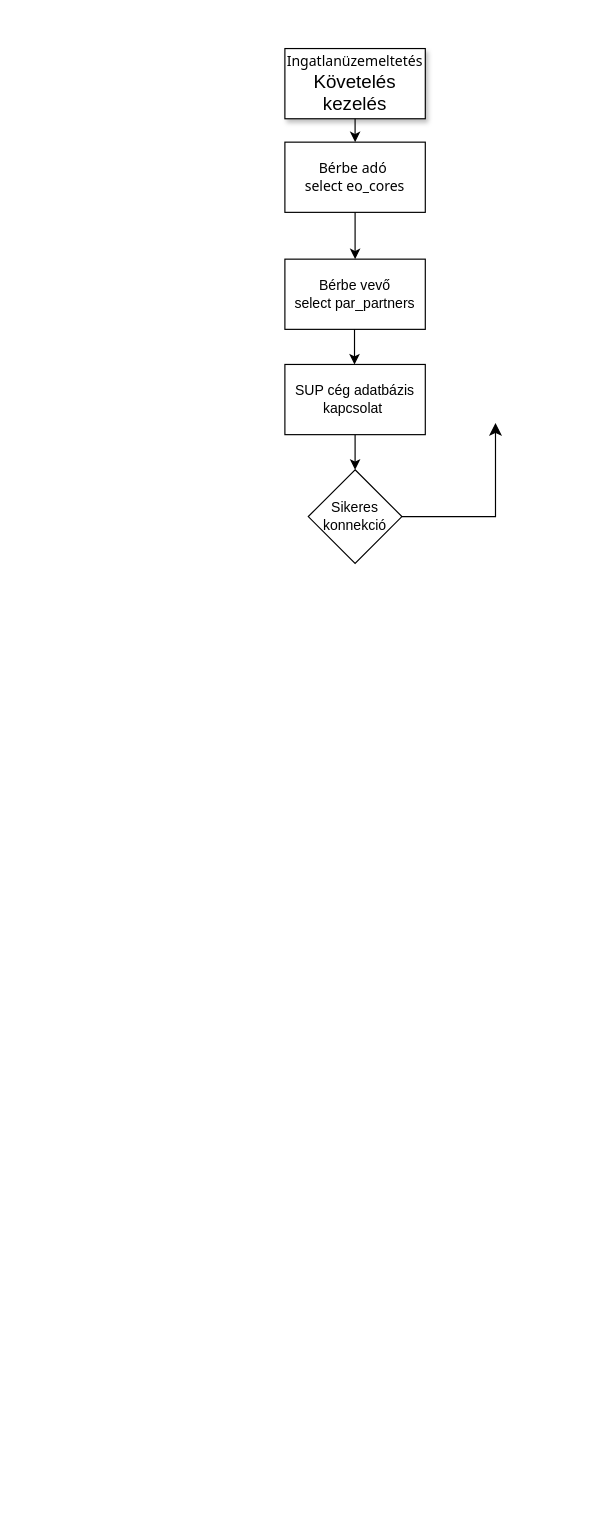
Above: assets.drawio in Cgyulas0525/indotek_erp (draw.io), before the change. Source tidied: cells renumbered, new cells numbered last; positions are measured from the earlier drawing's top-left corner, leaving out a move shared by most shapes. Both pictures are drawn from the tidied source at 117%, with x=0, y=0 at pixel (284, 48).
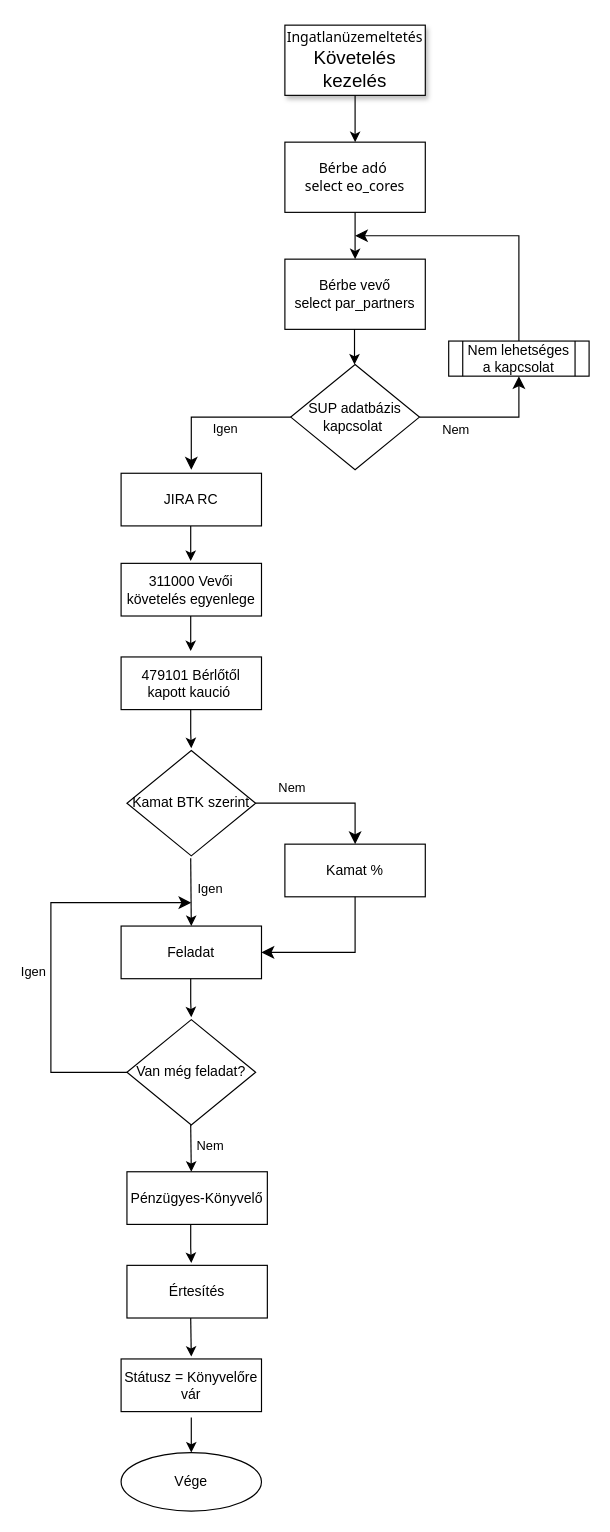
Above is the later version.

Change to the diagram source:
```diff
@@
     <mxCell id="2" value="&lt;font face=&quot;Tahoma&quot; style=&quot;font-size: 12px;&quot;&gt;Ingatlanüzemeltetés&lt;/font&gt;&lt;div&gt;&lt;font face=&quot;BtbKhpzwE4qU60kqDjoo&quot; size=&quot;3&quot;&gt;Követelés kezelés&lt;/font&gt;&lt;/div&gt;" style="rounded=0;whiteSpace=wrap;html=1;shadow=1;labelBackgroundColor=none;strokeWidth=1;fontFamily=Verdana;fontSize=8;align=center;" parent="1" vertex="1">
-      <mxGeometry width="120" height="60" as="geometry" />
+      <mxGeometry y="-20" width="120" height="60" as="geometry" />
     </mxCell>
-    <mxCell id="3" style="endArrow=classic;html=1;rounded=0;exitX=0.5;exitY=1;exitDx=0;exitDy=0;" parent="1" edge="1" source="2">
+    <mxCell id="3" style="endArrow=classic;html=1;rounded=0;exitX=0.5;exitY=1;exitDx=0;exitDy=0;labelBackgroundColor=none;fontColor=default;" parent="1" edge="1" source="2">
       <mxGeometry relative="1" as="geometry">
         <mxPoint x="60" y="80" as="targetPoint" />
       </mxGeometry>
     </mxCell>
-    <mxCell id="4" value="&lt;font face=&quot;Tahoma&quot;&gt;Bérbe adó&amp;nbsp;&lt;/font&gt;&lt;div&gt;&lt;font face=&quot;Tahoma&quot;&gt;select eo_cores&lt;/font&gt;&lt;/div&gt;" style="rounded=0;whiteSpace=wrap;html=1;" parent="1" vertex="1">
+    <mxCell id="4" value="&lt;font face=&quot;Tahoma&quot;&gt;Bérbe adó&amp;nbsp;&lt;/font&gt;&lt;div&gt;&lt;font face=&quot;Tahoma&quot;&gt;select eo_cores&lt;/font&gt;&lt;/div&gt;" style="rounded=0;whiteSpace=wrap;html=1;labelBackgroundColor=none;" parent="1" vertex="1">
       <mxGeometry y="80" width="120" height="60" as="geometry" />
     </mxCell>
-    <mxCell id="5" value="Bérbe vevő&lt;div&gt;select par_partners&lt;/div&gt;" style="rounded=0;whiteSpace=wrap;html=1;" parent="1" vertex="1">
+    <mxCell id="5" value="Bérbe vevő&lt;div&gt;select par_partners&lt;/div&gt;" style="rounded=0;whiteSpace=wrap;html=1;labelBackgroundColor=none;" parent="1" vertex="1">
       <mxGeometry y="180" width="120" height="60" as="geometry" />
     </mxCell>
-    <mxCell id="6" style="endArrow=classic;html=1;rounded=0;exitX=0.5;exitY=1;exitDx=0;exitDy=0;entryX=0.5;entryY=0;entryDx=0;entryDy=0;" parent="1" edge="1" source="4" target="5">
+    <mxCell id="6" style="endArrow=classic;html=1;rounded=0;exitX=0.5;exitY=1;exitDx=0;exitDy=0;entryX=0.5;entryY=0;entryDx=0;entryDy=0;labelBackgroundColor=none;fontColor=default;" parent="1" edge="1" source="4" target="5">
       <mxGeometry relative="1" as="geometry" />
     </mxCell>
-    <mxCell id="7" style="edgeStyle=orthogonalEdgeStyle;rounded=0;jettySize=auto;html=1;" parent="1" edge="1" source="8" target="10">
-      <mxGeometry relative="1" as="geometry" />
-    </mxCell>
-    <mxCell id="8" value="SUP cég adatbázis&lt;div&gt;kapcsolat&amp;nbsp;&lt;/div&gt;" style="rounded=0;whiteSpace=wrap;html=1;" parent="1" vertex="1">
-      <mxGeometry y="270" width="120" height="60" as="geometry" />
-    </mxCell>
-    <mxCell id="9" style="endArrow=classic;html=1;rounded=0;exitX=0.5;exitY=1;exitDx=0;exitDy=0;entryX=0.5;entryY=0;entryDx=0;entryDy=0;" parent="1" edge="1">
+    <mxCell id="9" style="endArrow=classic;html=1;rounded=0;exitX=0.5;exitY=1;exitDx=0;exitDy=0;entryX=0.5;entryY=0;entryDx=0;entryDy=0;labelBackgroundColor=none;fontColor=default;" parent="1" edge="1">
       <mxGeometry relative="1" as="geometry">
         <mxPoint x="59.5" y="240" as="sourcePoint" />
         <mxPoint x="59.5" y="270" as="targetPoint" />
         <Array as="points">
           <mxPoint x="59.5" y="260" />
         </Array>
       </mxGeometry>
     </mxCell>
-    <mxCell id="10" value="Sikeres konnekció" style="rhombus;whiteSpace=wrap;html=1;rounded=0;" parent="1" vertex="1">
-      <mxGeometry x="20" y="360" width="80" height="80" as="geometry" />
+    <mxCell id="10" value="SUP adatbázis&lt;div&gt;kapcsolat&amp;nbsp;&lt;/div&gt;" style="rhombus;whiteSpace=wrap;html=1;rounded=0;labelBackgroundColor=none;" parent="1" vertex="1">
+      <mxGeometry x="5" y="270" width="110" height="90" as="geometry" />
     </mxCell>
-    <mxCell id="11" style="edgeStyle=elbowEdgeStyle;elbow=horizontal;endArrow=classic;html=1;curved=0;rounded=0;endSize=8;startSize=8;" parent="1" edge="1">
+    <mxCell id="11" style="edgeStyle=elbowEdgeStyle;elbow=horizontal;endArrow=classic;html=1;curved=0;rounded=0;endSize=8;startSize=8;exitX=1;exitY=0.5;exitDx=0;exitDy=0;entryX=0.5;entryY=1;entryDx=0;entryDy=0;labelBackgroundColor=none;fontColor=default;" parent="1" edge="1" source="10" target="13">
       <mxGeometry relative="1" as="geometry">
-        <mxPoint x="100" y="400" as="sourcePoint" />
-        <mxPoint x="180" y="320" as="targetPoint" />
         <Array as="points">
-          <mxPoint x="180" y="360" />
+          <mxPoint x="200" y="360" />
         </Array>
       </mxGeometry>
     </mxCell>
+    <mxCell id="12" value="Nem" style="edgeLabel;html=1;align=center;verticalAlign=middle;labelBackgroundColor=none;" parent="11" vertex="1">
+      <mxGeometry x="-0.5" y="1" relative="1" as="geometry">
+        <mxPoint y="11" as="offset" />
+      </mxGeometry>
+    </mxCell>
+    <mxCell id="13" value="Nem lehetséges a kapcsolat" style="shape=process;whiteSpace=wrap;html=1;backgroundOutline=1;labelBackgroundColor=none;" parent="1" vertex="1">
+      <mxGeometry x="140" y="250" width="120" height="30" as="geometry" />
+    </mxCell>
+    <mxCell id="14" style="edgeStyle=elbowEdgeStyle;elbow=horizontal;endArrow=classic;html=1;curved=0;rounded=0;endSize=8;startSize=8;entryX=0.5;entryY=1;entryDx=0;entryDy=0;exitX=0.5;exitY=0;exitDx=0;exitDy=0;exitPerimeter=0;labelBackgroundColor=none;fontColor=default;" parent="1" edge="1" source="13">
+      <mxGeometry relative="1" as="geometry">
+        <mxPoint x="60" y="160" as="targetPoint" />
+        <Array as="points">
+          <mxPoint x="200" y="220" />
+        </Array>
+      </mxGeometry>
+    </mxCell>
+    <mxCell id="15" style="edgeStyle=segmentEdgeStyle;endArrow=classic;html=1;curved=0;rounded=0;endSize=8;startSize=8;exitX=0;exitY=0.5;exitDx=0;exitDy=0;labelBackgroundColor=none;fontColor=default;" parent="1" edge="1" source="10">
+      <mxGeometry relative="1" as="geometry">
+        <mxPoint x="-80" y="360" as="targetPoint" />
+        <Array as="points">
+          <mxPoint x="-80" y="315" />
+        </Array>
+      </mxGeometry>
+    </mxCell>
+    <mxCell id="16" value="Igen" style="edgeLabel;html=1;align=center;verticalAlign=middle;labelBackgroundColor=none;" parent="15" vertex="1">
+      <mxGeometry x="-0.12" relative="1" as="geometry">
+        <mxPoint y="9" as="offset" />
+      </mxGeometry>
+    </mxCell>
+    <mxCell id="17" value="JIRA RC" style="rounded=0;whiteSpace=wrap;html=1;labelBackgroundColor=none;" parent="1" vertex="1">
+      <mxGeometry x="-140" y="363" width="120" height="45" as="geometry" />
+    </mxCell>
+    <mxCell id="18" style="endArrow=classic;html=1;rounded=0;exitX=0.5;exitY=1;exitDx=0;exitDy=0;entryX=0.5;entryY=0;entryDx=0;entryDy=0;labelBackgroundColor=none;fontColor=default;" parent="1" edge="1">
+      <mxGeometry relative="1" as="geometry">
+        <mxPoint x="-80.5" y="408" as="sourcePoint" />
+        <mxPoint x="-80.5" y="438" as="targetPoint" />
+        <Array as="points">
+          <mxPoint x="-80.5" y="428" />
+        </Array>
+      </mxGeometry>
+    </mxCell>
+    <mxCell id="19" value="311000 Vevői követelés egyenlege" style="rounded=0;whiteSpace=wrap;html=1;labelBackgroundColor=none;" parent="1" vertex="1">
+      <mxGeometry x="-140" y="440" width="120" height="45" as="geometry" />
+    </mxCell>
+    <mxCell id="20" value="479101 Bérlőtől kapott kaució&amp;nbsp;" style="rounded=0;whiteSpace=wrap;html=1;labelBackgroundColor=none;" parent="1" vertex="1">
+      <mxGeometry x="-140" y="520" width="120" height="45" as="geometry" />
+    </mxCell>
+    <mxCell id="21" style="endArrow=classic;html=1;rounded=0;exitX=0.5;exitY=1;exitDx=0;exitDy=0;entryX=0.5;entryY=0;entryDx=0;entryDy=0;labelBackgroundColor=none;fontColor=default;" parent="1" edge="1">
+      <mxGeometry relative="1" as="geometry">
+        <mxPoint x="-80.5" y="485" as="sourcePoint" />
+        <mxPoint x="-80.5" y="515" as="targetPoint" />
+        <Array as="points">
+          <mxPoint x="-80.5" y="505" />
+        </Array>
+      </mxGeometry>
+    </mxCell>
+    <mxCell id="22" style="endArrow=classic;html=1;rounded=0;exitX=0.5;exitY=1;exitDx=0;exitDy=0;entryX=0.5;entryY=0;entryDx=0;entryDy=0;labelBackgroundColor=none;fontColor=default;" parent="1" edge="1">
+      <mxGeometry relative="1" as="geometry">
+        <mxPoint x="-80.5" y="565" as="sourcePoint" />
+        <mxPoint x="-80" y="598" as="targetPoint" />
+        <Array as="points">
+          <mxPoint x="-80.5" y="585" />
+        </Array>
+      </mxGeometry>
+    </mxCell>
+    <mxCell id="23" value="Kamat BTK szerint" style="rhombus;whiteSpace=wrap;html=1;rounded=0;labelBackgroundColor=none;" parent="1" vertex="1">
+      <mxGeometry x="-135" y="600" width="110" height="90" as="geometry" />
+    </mxCell>
+    <mxCell id="24" style="edgeStyle=elbowEdgeStyle;elbow=horizontal;endArrow=classic;html=1;curved=0;rounded=0;endSize=8;startSize=8;exitX=1;exitY=0.5;exitDx=0;exitDy=0;labelBackgroundColor=none;fontColor=default;" parent="1" edge="1">
+      <mxGeometry relative="1" as="geometry">
+        <mxPoint x="-25" y="645" as="sourcePoint" />
+        <mxPoint x="60" y="680" as="targetPoint" />
+        <Array as="points">
+          <mxPoint x="60" y="690" />
+        </Array>
+      </mxGeometry>
+    </mxCell>
+    <mxCell id="25" value="Nem" style="edgeLabel;html=1;align=center;verticalAlign=middle;labelBackgroundColor=none;" parent="24" vertex="1">
+      <mxGeometry x="-0.5" y="1" relative="1" as="geometry">
+        <mxPoint y="-13" as="offset" />
+      </mxGeometry>
+    </mxCell>
+    <mxCell id="26" value="Kamat %" style="rounded=0;whiteSpace=wrap;html=1;labelBackgroundColor=none;" parent="1" vertex="1">
+      <mxGeometry y="680" width="120" height="45" as="geometry" />
+    </mxCell>
+    <mxCell id="27" value="Feladat" style="rounded=0;whiteSpace=wrap;html=1;labelBackgroundColor=none;" parent="1" vertex="1">
+      <mxGeometry x="-140" y="750" width="120" height="45" as="geometry" />
+    </mxCell>
+    <mxCell id="28" style="edgeStyle=elbowEdgeStyle;elbow=horizontal;endArrow=classic;html=1;curved=0;rounded=0;endSize=8;startSize=8;exitX=0.5;exitY=1;exitDx=0;exitDy=0;entryX=1;entryY=0.5;entryDx=0;entryDy=0;labelBackgroundColor=none;fontColor=default;" parent="1" edge="1" source="26" target="27">
+      <mxGeometry relative="1" as="geometry">
+        <Array as="points">
+          <mxPoint x="60" y="760" />
+          <mxPoint x="50" y="785" />
+        </Array>
+      </mxGeometry>
+    </mxCell>
+    <mxCell id="29" style="endArrow=classic;html=1;rounded=0;exitX=0.5;exitY=1;exitDx=0;exitDy=0;entryX=0.5;entryY=0;entryDx=0;entryDy=0;labelBackgroundColor=none;fontColor=default;" parent="1" edge="1" target="27">
+      <mxGeometry relative="1" as="geometry">
+        <mxPoint x="-80.5" y="692" as="sourcePoint" />
+      </mxGeometry>
+    </mxCell>
+    <mxCell id="30" value="Igen" style="edgeLabel;html=1;align=center;verticalAlign=middle;labelBackgroundColor=none;" parent="29" vertex="1">
+      <mxGeometry x="-0.1" relative="1" as="geometry">
+        <mxPoint x="16" as="offset" />
+      </mxGeometry>
+    </mxCell>
+    <mxCell id="31" value="Van még feladat?" style="rhombus;whiteSpace=wrap;html=1;rounded=0;labelBackgroundColor=none;" parent="1" vertex="1">
+      <mxGeometry x="-135" y="830" width="110" height="90" as="geometry" />
+    </mxCell>
+    <mxCell id="32" style="edgeStyle=elbowEdgeStyle;elbow=horizontal;endArrow=classic;html=1;curved=0;rounded=0;endSize=8;startSize=8;exitX=0;exitY=0.5;exitDx=0;exitDy=0;labelBackgroundColor=none;fontColor=default;" parent="1" edge="1" source="31">
+      <mxGeometry relative="1" as="geometry">
+        <mxPoint x="-80" y="730" as="targetPoint" />
+        <Array as="points">
+          <mxPoint x="-200" y="760" />
+        </Array>
+      </mxGeometry>
+    </mxCell>
+    <mxCell id="33" value="Igen" style="edgeLabel;html=1;align=center;verticalAlign=middle;labelBackgroundColor=none;" parent="32" vertex="1">
+      <mxGeometry x="-0.08" y="-3" relative="1" as="geometry">
+        <mxPoint x="-19" as="offset" />
+      </mxGeometry>
+    </mxCell>
+    <mxCell id="34" style="endArrow=classic;html=1;rounded=0;exitX=0.5;exitY=1;exitDx=0;exitDy=0;entryX=0.5;entryY=0;entryDx=0;entryDy=0;labelBackgroundColor=none;fontColor=default;" parent="1" edge="1">
+      <mxGeometry relative="1" as="geometry">
+        <mxPoint x="-80.5" y="795" as="sourcePoint" />
+        <mxPoint x="-80" y="828" as="targetPoint" />
+        <Array as="points">
+          <mxPoint x="-80.5" y="815" />
+        </Array>
+      </mxGeometry>
+    </mxCell>
+    <mxCell id="35" style="endArrow=classic;html=1;rounded=0;exitX=0.5;exitY=1;exitDx=0;exitDy=0;labelBackgroundColor=none;fontColor=default;" parent="1" edge="1">
+      <mxGeometry relative="1" as="geometry">
+        <mxPoint x="-80.5" y="920" as="sourcePoint" />
+        <mxPoint x="-80" y="960" as="targetPoint" />
+      </mxGeometry>
+    </mxCell>
+    <mxCell id="36" value="Nem" style="edgeLabel;html=1;align=center;verticalAlign=middle;labelBackgroundColor=none;" parent="35" vertex="1">
+      <mxGeometry x="-0.1" relative="1" as="geometry">
+        <mxPoint x="16" as="offset" />
+      </mxGeometry>
+    </mxCell>
+    <mxCell id="37" value="Vége" style="ellipse;whiteSpace=wrap;html=1;labelBackgroundColor=none;" parent="1" vertex="1">
+      <mxGeometry x="-140" y="1200" width="120" height="50" as="geometry" />
+    </mxCell>
+    <mxCell id="38" value="Pénzügyes-Könyvelő" style="rounded=0;whiteSpace=wrap;html=1;labelBackgroundColor=none;" parent="1" vertex="1">
+      <mxGeometry x="-135" y="960" width="120" height="45" as="geometry" />
+    </mxCell>
+    <mxCell id="39" style="endArrow=classic;html=1;rounded=0;exitX=0.5;exitY=1;exitDx=0;exitDy=0;entryX=0.5;entryY=0;entryDx=0;entryDy=0;labelBackgroundColor=none;fontColor=default;" parent="1" edge="1">
+      <mxGeometry relative="1" as="geometry">
+        <mxPoint x="-80.5" y="1005" as="sourcePoint" />
+        <mxPoint x="-80" y="1038" as="targetPoint" />
+        <Array as="points">
+          <mxPoint x="-80.5" y="1025" />
+        </Array>
+      </mxGeometry>
+    </mxCell>
+    <mxCell id="40" value="Értesítés" style="rounded=0;whiteSpace=wrap;html=1;labelBackgroundColor=none;" parent="1" vertex="1">
+      <mxGeometry x="-135" y="1040" width="120" height="45" as="geometry" />
+    </mxCell>
+    <mxCell id="41" value="Státusz = Könyvelőre vár" style="rounded=0;whiteSpace=wrap;html=1;labelBackgroundColor=none;" parent="1" vertex="1">
+      <mxGeometry x="-140" y="1120" width="120" height="45" as="geometry" />
+    </mxCell>
+    <mxCell id="42" style="endArrow=classic;html=1;rounded=0;exitX=0.5;exitY=1;exitDx=0;exitDy=0;entryX=0.5;entryY=0;entryDx=0;entryDy=0;labelBackgroundColor=none;fontColor=default;" parent="1" edge="1">
+      <mxGeometry relative="1" as="geometry">
+        <mxPoint x="-80.5" y="1085" as="sourcePoint" />
+        <mxPoint x="-80" y="1118" as="targetPoint" />
+      </mxGeometry>
+    </mxCell>
+    <mxCell id="43" style="edgeStyle=none;orthogonalLoop=1;jettySize=auto;html=1;rounded=0;labelBackgroundColor=none;fontColor=default;" parent="1" edge="1">
+      <mxGeometry relative="1" as="geometry">
+        <mxPoint x="-80" y="1170" as="sourcePoint" />
+        <mxPoint x="-80" y="1200" as="targetPoint" />
+      </mxGeometry>
+    </mxCell>
```
